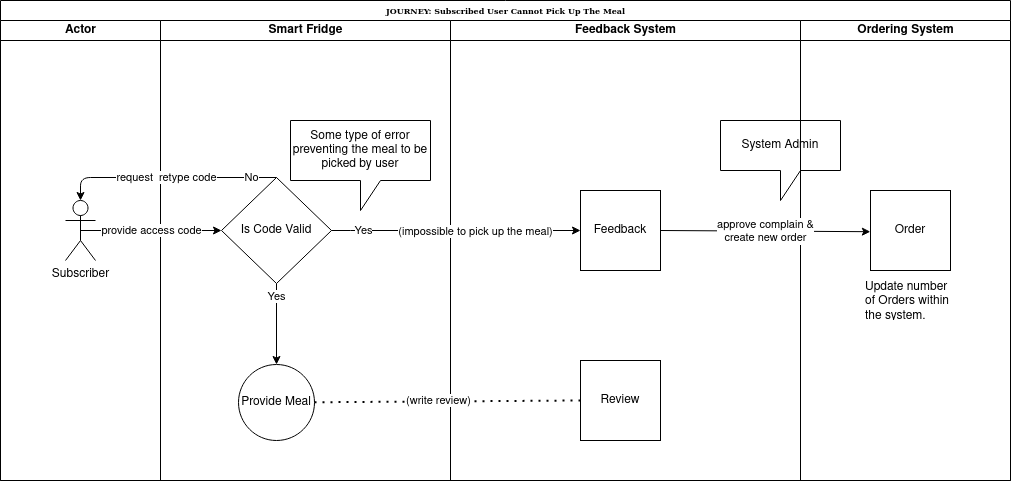
Earlier version of the draw.io export img/user journey/Error - Subscriber.png (ldynia/archcolider). Source tidied: cells renumbered, new cells last; positions are measured from the earlier drawing's top-left corner, leaving out a move shared by most shapes. Source of this version:
```xml
<mxGraphModel background="#ffffff">
  <root>
    <mxCell id="0" />
    <mxCell id="1" parent="0" />
    <mxCell id="2" value="JOURNEY: Subscribed User Cannot Pick Up The Meal" style="swimlane;html=1;startSize=20;rounded=0;shadow=0;labelBackgroundColor=none;strokeWidth=1;fontFamily=Verdana;fontSize=8;align=center;" parent="1" vertex="1">
      <mxGeometry width="1010" height="480" as="geometry" />
    </mxCell>
    <mxCell id="3" value="&lt;div&gt;Actor&lt;/div&gt;" style="swimlane;html=1;startSize=20;" parent="2" vertex="1">
      <mxGeometry y="20" width="160" height="460" as="geometry" />
    </mxCell>
    <mxCell id="4" value="&lt;div&gt;Subscriber&lt;/div&gt;" style="shape=umlActor;verticalLabelPosition=bottom;verticalAlign=top;html=1;outlineConnect=0;" parent="3" vertex="1">
      <mxGeometry x="65" y="180" width="30" height="60" as="geometry" />
    </mxCell>
    <mxCell id="5" value="Smart Fridge" style="swimlane;html=1;startSize=20;" parent="2" vertex="1">
      <mxGeometry x="160" y="20" width="290" height="460" as="geometry" />
    </mxCell>
    <mxCell id="6" value="Is Code Valid" style="rhombus;whiteSpace=wrap;html=1;" parent="5" vertex="1">
      <mxGeometry x="61" y="157" width="110" height="106" as="geometry" />
    </mxCell>
    <mxCell id="7" value="&lt;div&gt;Provide Meal&lt;/div&gt;" style="ellipse;whiteSpace=wrap;html=1;" parent="5" vertex="1">
      <mxGeometry x="78" y="344" width="76" height="76" as="geometry" />
    </mxCell>
    <mxCell id="8" value="&lt;div&gt;Yes&lt;/div&gt;" style="endArrow=classic;html=1;exitX=0.5;exitY=1;exitDx=0;exitDy=0;entryX=0.5;entryY=0;entryDx=0;entryDy=0;" parent="5" edge="1" source="6" target="7">
      <mxGeometry x="-0.67" relative="1" as="geometry" />
    </mxCell>
    <mxCell id="9" value="Some type of error &lt;br&gt;&lt;span class=&quot;ILfuVd&quot;&gt;&lt;span class=&quot;hgKElc&quot;&gt;preventing the meal to be picked by user&lt;br&gt;&lt;/span&gt;&lt;/span&gt;" style="shape=callout;whiteSpace=wrap;html=1;perimeter=calloutPerimeter;" parent="5" vertex="1">
      <mxGeometry x="130" y="100" width="140" height="90" as="geometry" />
    </mxCell>
    <mxCell id="10" value="Feedback System" style="swimlane;html=1;startSize=20;" parent="2" vertex="1">
      <mxGeometry x="450" y="20" width="350" height="460" as="geometry" />
    </mxCell>
    <mxCell id="11" value="Review" style="whiteSpace=wrap;html=1;" parent="10" vertex="1">
      <mxGeometry x="130" y="340" width="80" height="80" as="geometry" />
    </mxCell>
    <mxCell id="12" value="Feedback" style="whiteSpace=wrap;html=1;" parent="10" vertex="1">
      <mxGeometry x="130" y="170" width="80" height="80" as="geometry" />
    </mxCell>
    <mxCell id="13" value="System Admin" style="shape=callout;whiteSpace=wrap;html=1;perimeter=calloutPerimeter;" parent="10" vertex="1">
      <mxGeometry x="270" y="100" width="120" height="80" as="geometry" />
    </mxCell>
    <mxCell id="14" value="Ordering System" style="swimlane;html=1;startSize=20;" parent="2" vertex="1">
      <mxGeometry x="800" y="20" width="210" height="460" as="geometry" />
    </mxCell>
    <mxCell id="15" value="Order" style="whiteSpace=wrap;html=1;" parent="14" vertex="1">
      <mxGeometry x="70" y="170" width="80" height="80" as="geometry" />
    </mxCell>
    <mxCell id="16" value="Update number of Orders within the system. " style="text;html=1;strokeColor=none;fillColor=none;spacing=5;spacingTop=-20;whiteSpace=wrap;overflow=hidden;rounded=0;" parent="14" vertex="1">
      <mxGeometry x="60" y="270" width="100" height="30" as="geometry" />
    </mxCell>
    <mxCell id="17" value="provide access code" style="endArrow=classic;html=1;entryX=0;entryY=0.5;entryDx=0;entryDy=0;exitX=0.5;exitY=0.5;exitDx=0;exitDy=0;exitPerimeter=0;" parent="2" edge="1" source="4" target="6">
      <mxGeometry relative="1" as="geometry" />
    </mxCell>
    <mxCell id="18" value="(write review)" style="endArrow=none;dashed=1;html=1;dashPattern=1 3;strokeWidth=2;entryX=0;entryY=0.5;entryDx=0;entryDy=0;" parent="2" edge="1" source="7" target="11">
      <mxGeometry x="-0.07" y="1" relative="1" as="geometry" />
    </mxCell>
    <mxCell id="19" value="&lt;div&gt;Yes&lt;/div&gt;" style="endArrow=classic;html=1;exitX=1;exitY=0.5;exitDx=0;exitDy=0;" parent="2" edge="1" source="6" target="12">
      <mxGeometry x="-0.75" relative="1" as="geometry">
        <Array as="points">
          <mxPoint x="350" y="230" />
        </Array>
      </mxGeometry>
    </mxCell>
    <mxCell id="20" value="(impossible to pick up the meal)" style="edgeLabel;html=1;align=center;verticalAlign=middle;" parent="19" vertex="1">
      <mxGeometry x="0.15" relative="1" as="geometry" />
    </mxCell>
    <mxCell id="21" value="&lt;div&gt;approve complain &amp;amp;&lt;br&gt;&lt;/div&gt;&lt;div&gt;create new order&lt;br&gt;&lt;/div&gt;" style="endArrow=classic;html=1;exitX=1;exitY=0.5;exitDx=0;exitDy=0;entryX=-0.002;entryY=0.515;entryDx=0;entryDy=0;entryPerimeter=0;" parent="2" edge="1" source="12" target="15">
      <mxGeometry relative="1" as="geometry" />
    </mxCell>
    <mxCell id="22" value="request&amp;nbsp; retype code" style="endArrow=classic;html=1;exitX=0.5;exitY=0;exitDx=0;exitDy=0;" parent="2" edge="1" source="6" target="4">
      <mxGeometry relative="1" as="geometry">
        <Array as="points">
          <mxPoint x="80" y="177" />
        </Array>
      </mxGeometry>
    </mxCell>
    <mxCell id="23" value="No" style="edgeLabel;html=1;align=center;verticalAlign=middle;" parent="22" vertex="1">
      <mxGeometry x="-0.04" y="-1" relative="1" as="geometry">
        <mxPoint x="79.2" as="offset" />
      </mxGeometry>
    </mxCell>
  </root>
</mxGraphModel>
```
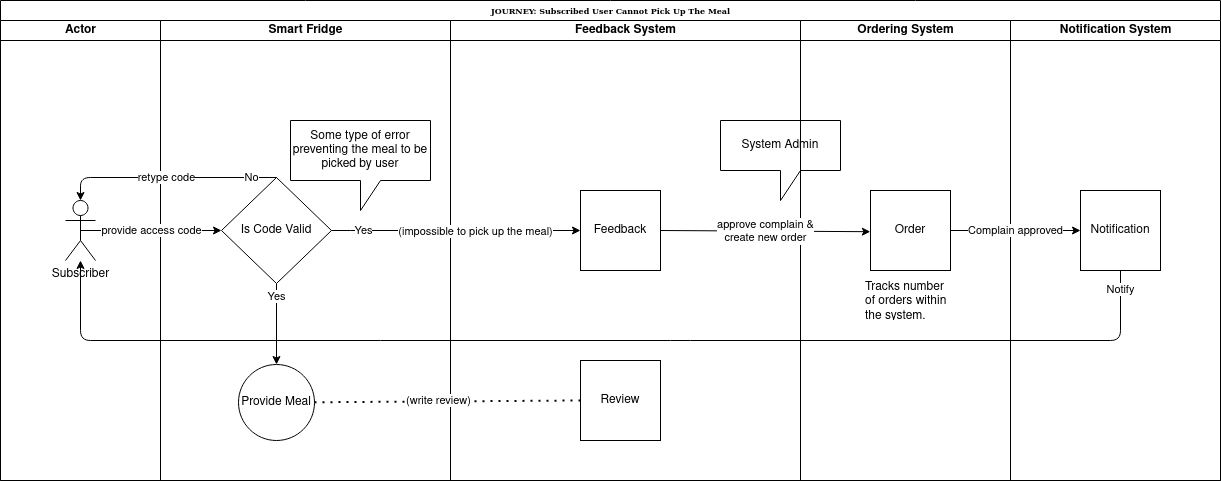
The same file after the commit.

Change to the diagram source:
```diff
@@ -3,7 +3,7 @@
     <mxCell id="0" />
     <mxCell id="1" parent="0" />
     <mxCell id="2" value="JOURNEY: Subscribed User Cannot Pick Up The Meal" style="swimlane;html=1;startSize=20;rounded=0;shadow=0;labelBackgroundColor=none;strokeWidth=1;fontFamily=Verdana;fontSize=8;align=center;" parent="1" vertex="1">
-      <mxGeometry width="1010" height="480" as="geometry" />
+      <mxGeometry width="1220" height="480" as="geometry" />
     </mxCell>
     <mxCell id="3" value="&lt;div&gt;Actor&lt;/div&gt;" style="swimlane;html=1;startSize=20;" parent="2" vertex="1">
       <mxGeometry y="20" width="160" height="460" as="geometry" />
@@ -44,7 +44,7 @@
     <mxCell id="15" value="Order" style="whiteSpace=wrap;html=1;" parent="14" vertex="1">
       <mxGeometry x="70" y="170" width="80" height="80" as="geometry" />
     </mxCell>
-    <mxCell id="16" value="Update number of Orders within the system. " style="text;html=1;strokeColor=none;fillColor=none;spacing=5;spacingTop=-20;whiteSpace=wrap;overflow=hidden;rounded=0;" parent="14" vertex="1">
+    <mxCell id="16" value="Tracks number of orders within the system. " style="text;html=1;strokeColor=none;fillColor=none;spacing=5;spacingTop=-20;whiteSpace=wrap;overflow=hidden;rounded=0;" parent="14" vertex="1">
       <mxGeometry x="60" y="270" width="100" height="30" as="geometry" />
     </mxCell>
     <mxCell id="17" value="provide access code" style="endArrow=classic;html=1;entryX=0;entryY=0.5;entryDx=0;entryDy=0;exitX=0.5;exitY=0.5;exitDx=0;exitDy=0;exitPerimeter=0;" parent="2" edge="1" source="4" target="6">
@@ -66,7 +66,7 @@
     <mxCell id="21" value="&lt;div&gt;approve complain &amp;amp;&lt;br&gt;&lt;/div&gt;&lt;div&gt;create new order&lt;br&gt;&lt;/div&gt;" style="endArrow=classic;html=1;exitX=1;exitY=0.5;exitDx=0;exitDy=0;entryX=-0.002;entryY=0.515;entryDx=0;entryDy=0;entryPerimeter=0;" parent="2" edge="1" source="12" target="15">
       <mxGeometry relative="1" as="geometry" />
     </mxCell>
-    <mxCell id="22" value="request&amp;nbsp; retype code" style="endArrow=classic;html=1;exitX=0.5;exitY=0;exitDx=0;exitDy=0;" parent="2" edge="1" source="6" target="4">
+    <mxCell id="22" value="retype code" style="endArrow=classic;html=1;exitX=0.5;exitY=0;exitDx=0;exitDy=0;" parent="2" edge="1" source="6" target="4">
       <mxGeometry relative="1" as="geometry">
         <Array as="points">
           <mxPoint x="80" y="177" />
@@ -78,5 +78,23 @@
         <mxPoint x="79.2" as="offset" />
       </mxGeometry>
     </mxCell>
+    <mxCell id="24" value="Notification System" style="swimlane;html=1;startSize=20;" parent="1" vertex="1">
+      <mxGeometry x="1010" y="20" width="210" height="460" as="geometry" />
+    </mxCell>
+    <mxCell id="25" value="Notification" style="whiteSpace=wrap;html=1;" parent="24" vertex="1">
+      <mxGeometry x="70" y="170" width="80" height="80" as="geometry" />
+    </mxCell>
+    <mxCell id="26" value="Complain approved" style="endArrow=classic;html=1;entryX=0;entryY=0.5;entryDx=0;entryDy=0;" parent="1" edge="1" source="15" target="25">
+      <mxGeometry relative="1" as="geometry" />
+    </mxCell>
+    <mxCell id="27" value="Notify" style="endArrow=classic;html=1;exitX=0.5;exitY=1;exitDx=0;exitDy=0;" parent="1" edge="1" source="25" target="4">
+      <mxGeometry x="-0.97" relative="1" as="geometry">
+        <Array as="points">
+          <mxPoint x="1120" y="340" />
+          <mxPoint x="680" y="340" />
+          <mxPoint x="80" y="340" />
+        </Array>
+      </mxGeometry>
+    </mxCell>
   </root>
 </mxGraphModel>
```
